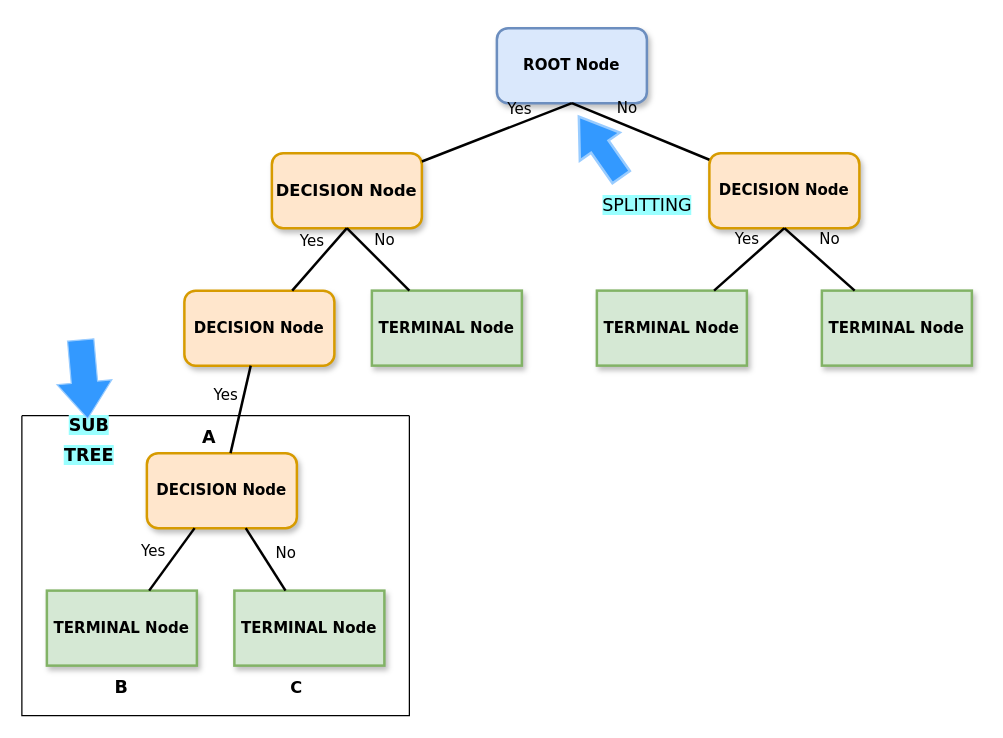
Above: DECISION TREE.drawio in ChanumoluGayathri/System_Design (draw.io), before the change. Source tidied: cells renumbered, new cells numbered last; positions are measured from the earlier drawing's top-left corner, leaving out a move shared by most shapes. Both pictures are drawn from the tidied source at 125%, with x=0, y=0 at pixel (21, 28).
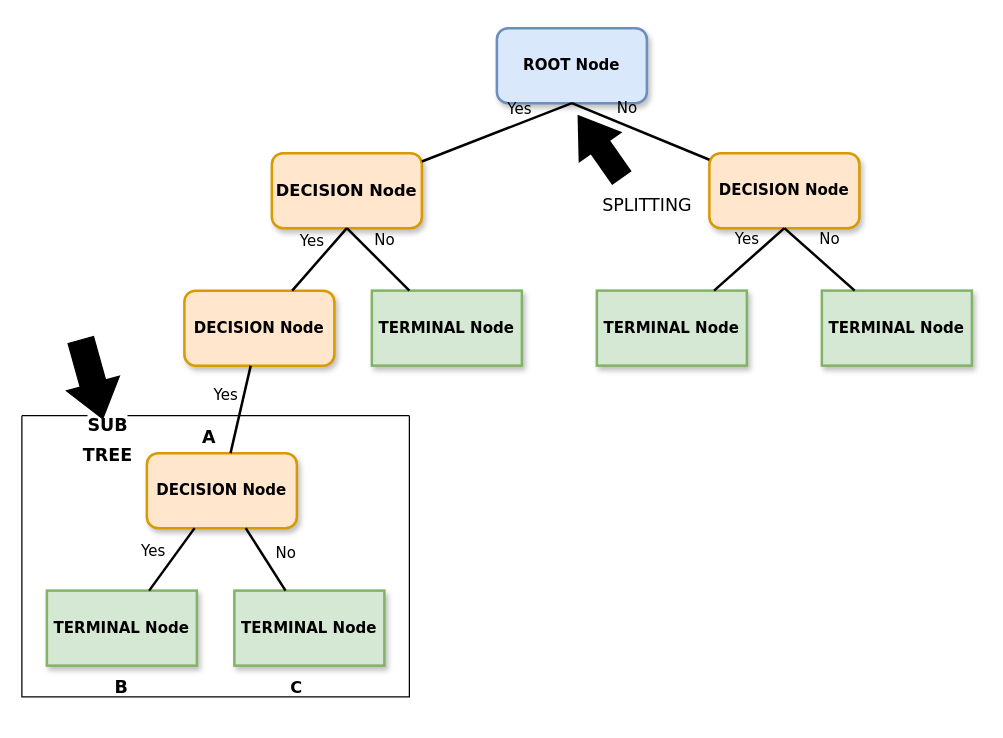
After the change.

The edit, as a diff of the source:
```diff
@@
-    <mxCell id="21" style="shape=flexArrow;endArrow=classic;html=1;rounded=0;hachureGap=4;fontFamily=Architects Daughter;fontSize=16;width=16;endSize=9.09;fillColor=#3399FF;strokeColor=#99CCFF;strokeWidth=2;fillStyle=solid;" parent="1" edge="1">
+    <mxCell id="21" style="shape=flexArrow;endArrow=classic;html=1;rounded=0;hachureGap=4;fontFamily=Architects Daughter;fontSize=16;width=16;endSize=9.09;fillColor=#000000;strokeColor=#000000;strokeWidth=2;fillStyle=solid;" parent="1" edge="1">
       <mxGeometry relative="1" as="geometry">
         <mxPoint x="480" y="120" as="sourcePoint" />
         <mxPoint x="445" y="70" as="targetPoint" />
       </mxGeometry>
     </mxCell>
-    <mxCell id="22" value="&lt;font face=&quot;Verdana&quot; style=&quot;font-size: 14px; background-color: rgb(153, 255, 255);&quot;&gt;SPLITTING&lt;/font&gt;" style="edgeLabel;html=1;align=center;verticalAlign=middle;fontSize=20;fontFamily=Architects Daughter;" parent="21" vertex="1">
+    <mxCell id="22" value="&lt;font face=&quot;Verdana&quot; style=&quot;font-size: 14px; background-color: rgb(255, 255, 255);&quot;&gt;SPLITTING&lt;/font&gt;" style="edgeLabel;html=1;align=center;verticalAlign=middle;fontSize=20;fontFamily=Architects Daughter;" parent="21" vertex="1">
       <mxGeometry x="-0.35" y="-3" relative="1" as="geometry">
         <mxPoint x="29" y="38" as="offset" />
       </mxGeometry>
     </mxCell>
     <mxCell id="23" style="swimlane;startSize=0;hachureGap=4;fontFamily=Architects Daughter;fontSize=20;swimlaneLine=0;shadow=0;glass=0;" parent="1" vertex="1">
-      <mxGeometry y="310" width="310" height="240" as="geometry" />
+      <mxGeometry y="310" width="310" height="225" as="geometry" />
     </mxCell>
@@
-    <mxCell id="27" value="&lt;font face=&quot;Verdana&quot; style=&quot;font-size: 14px;&quot;&gt;&lt;b style=&quot;background-color: rgb(153, 255, 255);&quot;&gt;SUB TREE&lt;/b&gt;&lt;/font&gt;" style="text;html=1;strokeColor=none;fillColor=none;align=center;verticalAlign=middle;whiteSpace=wrap;rounded=0;fontSize=20;fontFamily=Architects Daughter;" parent="23" vertex="1">
-      <mxGeometry x="24" y="3" width="60" height="30" as="geometry" />
+    <mxCell id="27" value="&lt;font face=&quot;Verdana&quot; style=&quot;font-size: 14px;&quot;&gt;&lt;b style=&quot;background-color: rgb(255, 255, 255);&quot;&gt;SUB TREE&lt;/b&gt;&lt;/font&gt;" style="text;html=1;strokeColor=none;fillColor=none;align=center;verticalAlign=middle;whiteSpace=wrap;rounded=0;fontSize=20;fontFamily=Architects Daughter;" parent="23" vertex="1">
+      <mxGeometry x="39" y="3" width="60" height="30" as="geometry" />
     </mxCell>
-    <mxCell id="28" style="shape=flexArrow;endArrow=classic;html=1;rounded=0;hachureGap=4;fontFamily=Architects Daughter;fontSize=16;width=21.11111111111111;endSize=9.433333333333334;strokeColor=#99CCFF;fillColor=#3399FF;fillStyle=solid;endWidth=21.85185185185185;" parent="1" edge="1" target="27">
+    <mxCell id="28" style="shape=flexArrow;endArrow=classic;html=1;rounded=0;hachureGap=4;fontFamily=Architects Daughter;fontSize=16;width=21.11111111111111;endSize=9.433333333333334;strokeColor=#000000;fillColor=#000000;fillStyle=solid;endWidth=21.85185185185185;" parent="1" edge="1" target="27">
       <mxGeometry relative="1" as="geometry">
         <mxPoint x="47" y="249" as="sourcePoint" />
       </mxGeometry>
     </mxCell>
```
